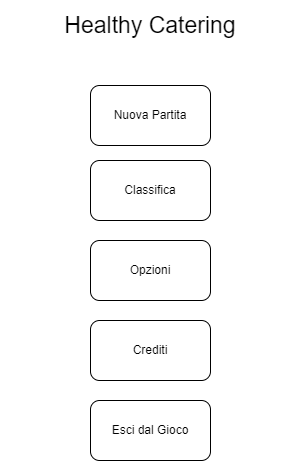
Earlier version of the draw.io export doc/img/MenuDiGioco.png (zSavT/Healthy-Catering). Source tidied: cells renumbered, new cells last; positions are measured from the earlier drawing's top-left corner, leaving out a move shared by most shapes.
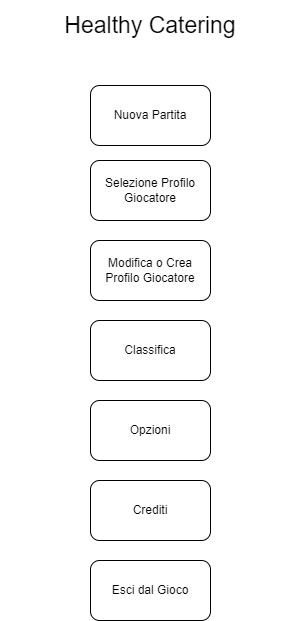
Later version of the same file.

Change to the diagram source:
```diff
@@ -5,20 +5,26 @@
     <mxCell id="2" value="Nuova Partita" style="rounded=1;whiteSpace=wrap;html=1;" parent="1" vertex="1">
       <mxGeometry x="90" y="85" width="120" height="60" as="geometry" />
     </mxCell>
-    <mxCell id="3" value="Classifica" style="rounded=1;whiteSpace=wrap;html=1;" parent="1" vertex="1">
+    <mxCell id="3" value="Selezione Profilo Giocatore" style="rounded=1;whiteSpace=wrap;html=1;" parent="1" vertex="1">
       <mxGeometry x="90" y="160" width="120" height="60" as="geometry" />
     </mxCell>
+    <mxCell id="7" value="&lt;font style=&quot;font-size: 23px&quot;&gt;Healthy Catering&lt;/font&gt;" style="text;html=1;strokeColor=none;fillColor=none;align=center;verticalAlign=middle;whiteSpace=wrap;rounded=0;" parent="1" vertex="1">
+      <mxGeometry width="300" height="50" as="geometry" />
+    </mxCell>
+    <mxCell id="8" value="Classifica" style="rounded=1;whiteSpace=wrap;html=1;" parent="1" vertex="1">
+      <mxGeometry x="90" y="320" width="120" height="60" as="geometry" />
+    </mxCell>
     <mxCell id="4" value="Opzioni" style="rounded=1;whiteSpace=wrap;html=1;" parent="1" vertex="1">
-      <mxGeometry x="90" y="240" width="120" height="60" as="geometry" />
+      <mxGeometry x="90" y="400" width="120" height="60" as="geometry" />
     </mxCell>
     <mxCell id="5" value="Crediti" style="rounded=1;whiteSpace=wrap;html=1;" parent="1" vertex="1">
-      <mxGeometry x="90" y="320" width="120" height="60" as="geometry" />
+      <mxGeometry x="90" y="480" width="120" height="60" as="geometry" />
     </mxCell>
     <mxCell id="6" value="Esci dal Gioco" style="rounded=1;whiteSpace=wrap;html=1;" parent="1" vertex="1">
-      <mxGeometry x="90" y="400" width="120" height="60" as="geometry" />
+      <mxGeometry x="90" y="560" width="120" height="60" as="geometry" />
     </mxCell>
-    <mxCell id="7" value="&lt;font style=&quot;font-size: 23px&quot;&gt;Healthy Catering&lt;/font&gt;" style="text;html=1;strokeColor=none;fillColor=none;align=center;verticalAlign=middle;whiteSpace=wrap;rounded=0;" parent="1" vertex="1">
-      <mxGeometry width="300" height="50" as="geometry" />
-    </mxCell>
+    <mxCell id="9" value="Modifica o Crea Profilo Giocatore" style="rounded=1;whiteSpace=wrap;html=1;" parent="1" vertex="1">
+      <mxGeometry x="90" y="240" width="120" height="60" as="geometry" />
+    </mxCell>
   </root>
 </mxGraphModel>
```
